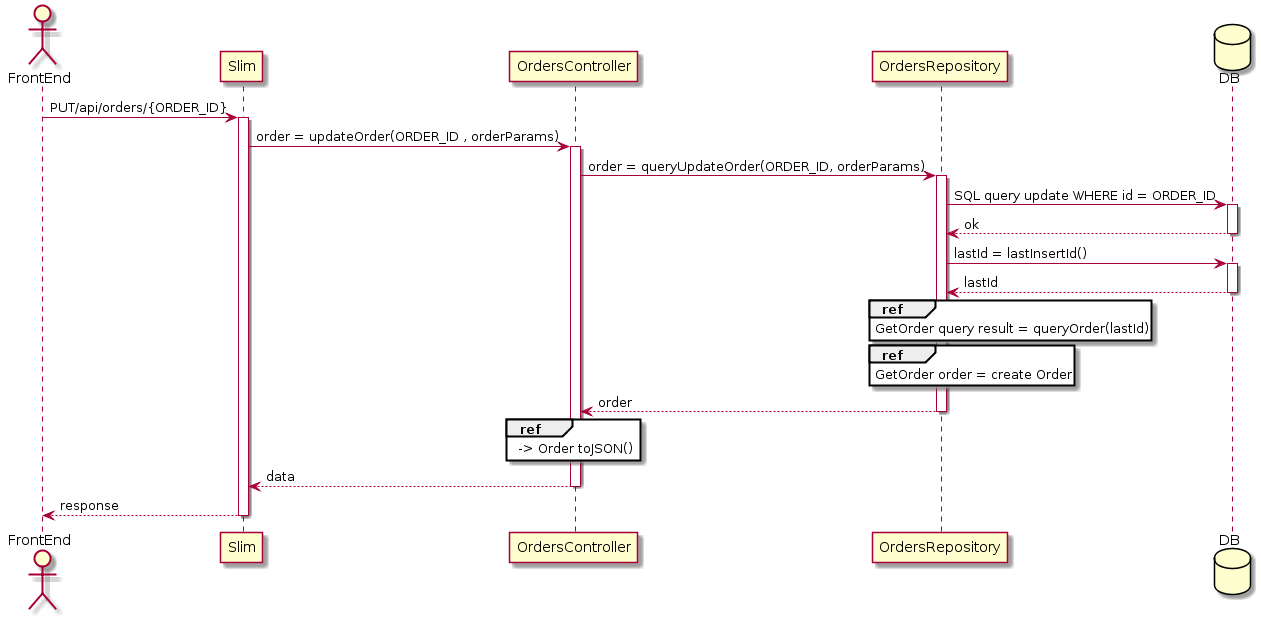
malvinkooo/taxiSystem keeps this PlantUML diagram as docs/BackEnd/SequenceDiagram/UpdateOrder.png. Above is the earlier version. The source it was exported from:
```plantuml
@startuml
actor FrontEnd
participant Slim
participant OrdersController
participant OrdersRepository
database DB

FrontEnd -> Slim : PUT/api/orders/{ORDER_ID}
activate Slim
Slim -> OrdersController : order = updateOrder(ORDER_ID , orderParams)
activate OrdersController
OrdersController -> OrdersRepository : order = queryUpdateOrder(ORDER_ID, orderParams)
activate OrdersRepository
OrdersRepository -> DB : SQL query update WHERE id = ORDER_ID
activate DB
DB --> OrdersRepository : ok
deactivate DB
OrdersRepository -> DB : lastId = lastInsertId()
activate DB
DB --> OrdersRepository : lastId
deactivate DB

ref over OrdersRepository
GetOrder query result = queryOrder(lastId)
end ref

ref over OrdersRepository
GetOrder order = create Order
end ref

OrdersRepository --> OrdersController : order
deactivate OrdersRepository

ref over OrdersController
-> Order toJSON()
end ref

OrdersController --> Slim : data
deactivate OrdersController
Slim --> FrontEnd: response
deactivate Slim
@enduml
```
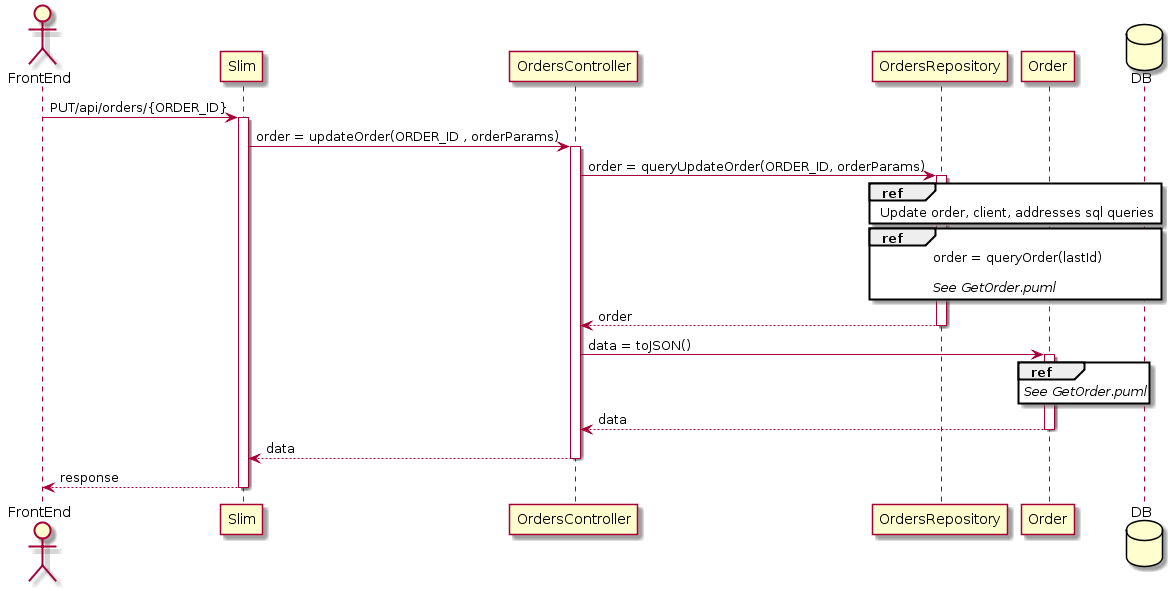
Above is the later version.

Diff of the diagram source:
```diff
@@ -3,6 +3,7 @@
 participant Slim
 participant OrdersController
 participant OrdersRepository
+participant Order
 database DB
 
 FrontEnd -> Slim : PUT/api/orders/{ORDER_ID}
@@ -11,29 +12,27 @@
 activate OrdersController
 OrdersController -> OrdersRepository : order = queryUpdateOrder(ORDER_ID, orderParams)
 activate OrdersRepository
-OrdersRepository -> DB : SQL query update WHERE id = ORDER_ID
-activate DB
-DB --> OrdersRepository : ok
-deactivate DB
-OrdersRepository -> DB : lastId = lastInsertId()
-activate DB
-DB --> OrdersRepository : lastId
-deactivate DB
 
-ref over OrdersRepository
-GetOrder query result = queryOrder(lastId)
+ref over OrdersRepository, DB
+Update order, client, addresses sql queries
 end ref
 
-ref over OrdersRepository
-GetOrder order = create Order
+ref over OrdersRepository, DB
+order = queryOrder(lastId)
+
+//See GetOrder.puml//
 end ref
 
 OrdersRepository --> OrdersController : order
 deactivate OrdersRepository
 
-ref over OrdersController
--> Order toJSON()
+OrdersController -> Order : data = toJSON()
+activate Order
+ref over Order
+//See GetOrder.puml//
 end ref
+Order --> OrdersController : data
+deactivate Order
 
 OrdersController --> Slim : data
 deactivate OrdersController
```
